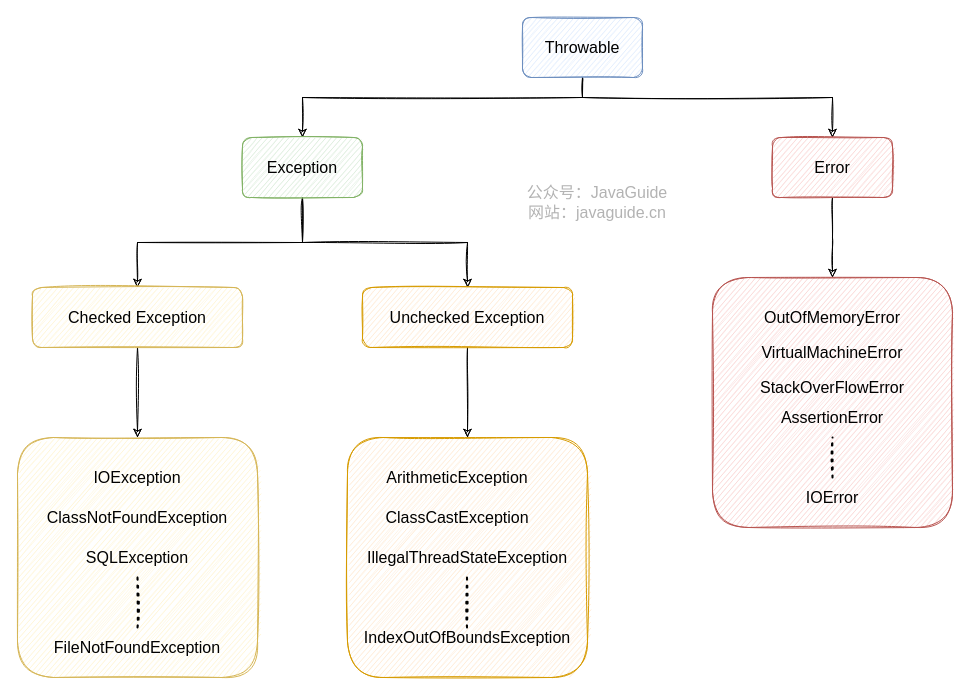
Earlier version of the draw.io diagram docs/java/basis/images/types-of-exceptions-in-java.drawio (Snailclimb/JavaGuide). Source tidied: cells renumbered, new cells numbered last; positions are measured from the earlier drawing's top-left corner, leaving out a move shared by most shapes. Both pictures are drawn from the tidied source at 100%, with x=0, y=0 at pixel (17, 17).
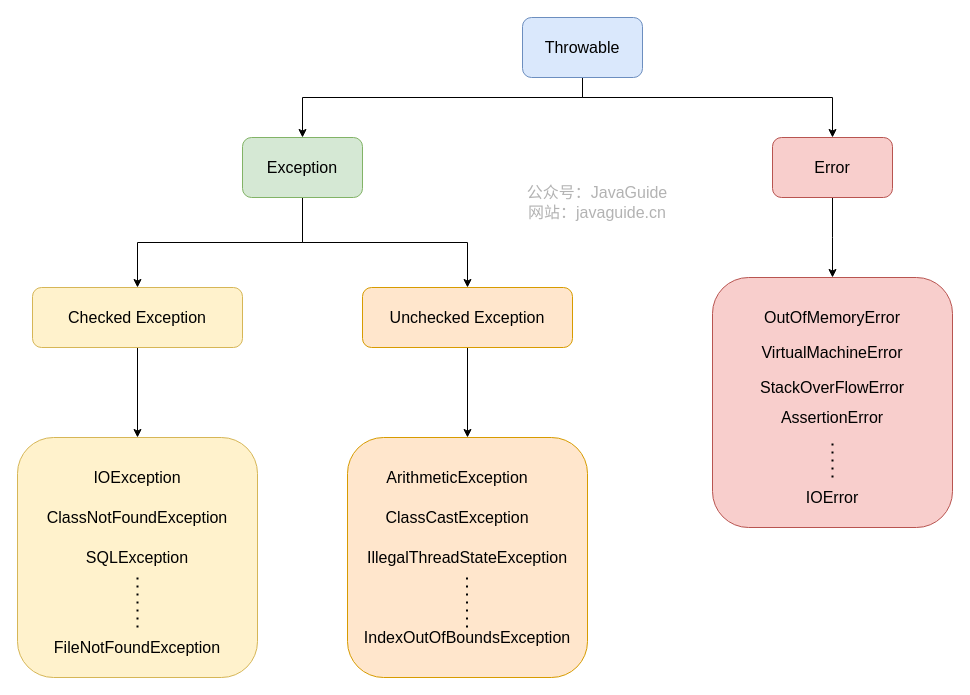
After the change.

The edit, as a diff of the source:
```diff
@@
-    <mxCell id="2" style="edgeStyle=orthogonalEdgeStyle;rounded=0;jettySize=auto;html=1;entryX=0.5;entryY=0;entryDx=0;entryDy=0;fontSize=16;shadow=0;sketch=1;" parent="1" edge="1" source="4" target="7">
+    <mxCell id="2" style="edgeStyle=orthogonalEdgeStyle;rounded=0;jettySize=auto;html=1;entryX=0.5;entryY=0;entryDx=0;entryDy=0;fontSize=16;shadow=0;sketch=0;" parent="1" edge="1" source="4" target="7">
       <mxGeometry relative="1" as="geometry">
         <Array as="points">
           <mxPoint x="565" y="80" />
           <mxPoint x="285" y="80" />
         </Array>
       </mxGeometry>
     </mxCell>
-    <mxCell id="3" style="edgeStyle=orthogonalEdgeStyle;rounded=0;jettySize=auto;html=1;fontSize=16;entryX=0.5;entryY=0;entryDx=0;entryDy=0;shadow=0;sketch=1;" parent="1" edge="1" source="4" target="9">
+    <mxCell id="3" style="edgeStyle=orthogonalEdgeStyle;rounded=0;jettySize=auto;html=1;fontSize=16;entryX=0.5;entryY=0;entryDx=0;entryDy=0;shadow=0;sketch=0;" parent="1" edge="1" source="4" target="9">
       <mxGeometry relative="1" as="geometry">
         <Array as="points">
           <mxPoint x="565" y="80" />
           <mxPoint x="815" y="80" />
         </Array>
       </mxGeometry>
     </mxCell>
-    <mxCell id="4" value="Throwable" style="rounded=1;whiteSpace=wrap;html=1;fontSize=16;fillColor=#dae8fc;strokeColor=#6c8ebf;shadow=0;sketch=1;" parent="1" vertex="1">
+    <mxCell id="4" value="Throwable" style="rounded=1;whiteSpace=wrap;html=1;fontSize=16;fillColor=#dae8fc;strokeColor=#6c8ebf;shadow=0;sketch=0;" parent="1" vertex="1">
       <mxGeometry x="505" width="120" height="60" as="geometry" />
     </mxCell>
-    <mxCell id="5" style="edgeStyle=orthogonalEdgeStyle;rounded=0;jettySize=auto;html=1;fontSize=16;shadow=0;sketch=1;" parent="1" edge="1" source="7" target="18">
+    <mxCell id="5" style="edgeStyle=orthogonalEdgeStyle;rounded=0;jettySize=auto;html=1;fontSize=16;shadow=0;sketch=0;" parent="1" edge="1" source="7" target="18">
       <mxGeometry relative="1" as="geometry" />
     </mxCell>
-    <mxCell id="6" style="edgeStyle=orthogonalEdgeStyle;rounded=0;jettySize=auto;html=1;exitX=0.5;exitY=1;exitDx=0;exitDy=0;fontSize=16;shadow=0;sketch=1;" parent="1" edge="1" source="7" target="20">
+    <mxCell id="6" style="edgeStyle=orthogonalEdgeStyle;rounded=0;jettySize=auto;html=1;exitX=0.5;exitY=1;exitDx=0;exitDy=0;fontSize=16;shadow=0;sketch=0;" parent="1" edge="1" source="7" target="20">
       <mxGeometry relative="1" as="geometry" />
     </mxCell>
-    <mxCell id="7" value="Exception" style="rounded=1;whiteSpace=wrap;html=1;fontSize=16;fillColor=#d5e8d4;strokeColor=#82b366;shadow=0;sketch=1;" parent="1" vertex="1">
+    <mxCell id="7" value="Exception" style="rounded=1;whiteSpace=wrap;html=1;fontSize=16;fillColor=#d5e8d4;strokeColor=#82b366;shadow=0;sketch=0;" parent="1" vertex="1">
       <mxGeometry x="225" y="120" width="120" height="60" as="geometry" />
     </mxCell>
-    <mxCell id="8" style="edgeStyle=orthogonalEdgeStyle;rounded=0;jettySize=auto;html=1;fontSize=16;shadow=0;sketch=1;" parent="1" edge="1" source="9">
+    <mxCell id="8" style="edgeStyle=orthogonalEdgeStyle;rounded=0;jettySize=auto;html=1;fontSize=16;shadow=0;sketch=0;" parent="1" edge="1" source="9">
       <mxGeometry relative="1" as="geometry">
         <mxPoint x="815" y="260" as="targetPoint" />
       </mxGeometry>
     </mxCell>
-    <mxCell id="9" value="Error" style="rounded=1;whiteSpace=wrap;html=1;fontSize=16;fillColor=#f8cecc;strokeColor=#b85450;shadow=0;sketch=1;" parent="1" vertex="1">
+    <mxCell id="9" value="Error" style="rounded=1;whiteSpace=wrap;html=1;fontSize=16;fillColor=#f8cecc;strokeColor=#b85450;shadow=0;sketch=0;" parent="1" vertex="1">
       <mxGeometry x="755" y="120" width="120" height="60" as="geometry" />
     </mxCell>
-    <mxCell id="10" style="rounded=1;whiteSpace=wrap;html=1;fontSize=16;fillColor=#f8cecc;strokeColor=#b85450;shadow=0;sketch=1;" parent="1" vertex="1">
+    <mxCell id="10" style="rounded=1;whiteSpace=wrap;html=1;fontSize=16;fillColor=#f8cecc;strokeColor=#b85450;shadow=0;sketch=0;" parent="1" vertex="1">
       <mxGeometry x="695" y="260" width="240" height="250" as="geometry" />
     </mxCell>
-    <mxCell id="11" value="OutOfMemoryError" style="text;html=1;strokeColor=none;fillColor=none;align=center;verticalAlign=middle;whiteSpace=wrap;rounded=0;fontSize=16;shadow=0;sketch=1;" parent="1" vertex="1">
+    <mxCell id="11" value="OutOfMemoryError" style="text;html=1;strokeColor=none;fillColor=none;align=center;verticalAlign=middle;whiteSpace=wrap;rounded=0;fontSize=16;shadow=0;sketch=0;" parent="1" vertex="1">
       <mxGeometry x="720" y="290" width="190" height="20" as="geometry" />
     </mxCell>
-    <mxCell id="12" value="VirtualMachineError" style="text;html=1;strokeColor=none;fillColor=none;align=center;verticalAlign=middle;whiteSpace=wrap;rounded=0;fontSize=16;shadow=0;sketch=1;" parent="1" vertex="1">
+    <mxCell id="12" value="VirtualMachineError" style="text;html=1;strokeColor=none;fillColor=none;align=center;verticalAlign=middle;whiteSpace=wrap;rounded=0;fontSize=16;shadow=0;sketch=0;" parent="1" vertex="1">
       <mxGeometry x="720" y="325" width="190" height="20" as="geometry" />
     </mxCell>
-    <mxCell id="13" value="StackOverFlowError" style="text;html=1;strokeColor=none;fillColor=none;align=center;verticalAlign=middle;whiteSpace=wrap;rounded=0;fontSize=16;shadow=0;sketch=1;" parent="1" vertex="1">
+    <mxCell id="13" value="StackOverFlowError" style="text;html=1;strokeColor=none;fillColor=none;align=center;verticalAlign=middle;whiteSpace=wrap;rounded=0;fontSize=16;shadow=0;sketch=0;" parent="1" vertex="1">
       <mxGeometry x="720" y="360" width="190" height="20" as="geometry" />
     </mxCell>
-    <mxCell id="14" value="IOError" style="text;html=1;strokeColor=none;fillColor=none;align=center;verticalAlign=middle;whiteSpace=wrap;rounded=0;fontSize=16;shadow=0;sketch=1;" parent="1" vertex="1">
+    <mxCell id="14" value="IOError" style="text;html=1;strokeColor=none;fillColor=none;align=center;verticalAlign=middle;whiteSpace=wrap;rounded=0;fontSize=16;shadow=0;sketch=0;" parent="1" vertex="1">
       <mxGeometry x="720" y="470" width="190" height="20" as="geometry" />
     </mxCell>
-    <mxCell id="15" style="endArrow=none;dashed=1;html=1;dashPattern=1 3;strokeWidth=2;fontSize=16;shadow=0;sketch=1;" parent="1" edge="1">
+    <mxCell id="15" style="endArrow=none;dashed=1;html=1;dashPattern=1 3;strokeWidth=2;fontSize=16;shadow=0;sketch=0;" parent="1" edge="1">
       <mxGeometry relative="1" as="geometry">
         <mxPoint x="815" y="460" as="sourcePoint" />
         <mxPoint x="815" y="420" as="targetPoint" />
       </mxGeometry>
     </mxCell>
-    <mxCell id="16" value="AssertionError" style="text;html=1;strokeColor=none;fillColor=none;align=center;verticalAlign=middle;whiteSpace=wrap;rounded=0;fontSize=16;shadow=0;sketch=1;" parent="1" vertex="1">
+    <mxCell id="16" value="AssertionError" style="text;html=1;strokeColor=none;fillColor=none;align=center;verticalAlign=middle;whiteSpace=wrap;rounded=0;fontSize=16;shadow=0;sketch=0;" parent="1" vertex="1">
       <mxGeometry x="720" y="390" width="190" height="20" as="geometry" />
     </mxCell>
-    <mxCell id="17" style="edgeStyle=orthogonalEdgeStyle;rounded=0;jettySize=auto;html=1;entryX=0.5;entryY=0;entryDx=0;entryDy=0;fontSize=16;shadow=0;sketch=1;" parent="1" edge="1" source="18" target="21">
+    <mxCell id="17" style="edgeStyle=orthogonalEdgeStyle;rounded=0;jettySize=auto;html=1;entryX=0.5;entryY=0;entryDx=0;entryDy=0;fontSize=16;shadow=0;sketch=0;" parent="1" edge="1" source="18" target="21">
       <mxGeometry relative="1" as="geometry" />
     </mxCell>
-    <mxCell id="18" value="Checked Exception" style="rounded=1;whiteSpace=wrap;html=1;fontSize=16;fillColor=#fff2cc;strokeColor=#d6b656;shadow=0;sketch=1;" parent="1" vertex="1">
+    <mxCell id="18" value="Checked Exception" style="rounded=1;whiteSpace=wrap;html=1;fontSize=16;fillColor=#fff2cc;strokeColor=#d6b656;shadow=0;sketch=0;" parent="1" vertex="1">
       <mxGeometry x="15" y="270" width="210" height="60" as="geometry" />
     </mxCell>
-    <mxCell id="19" style="edgeStyle=orthogonalEdgeStyle;rounded=0;jettySize=auto;html=1;entryX=0.5;entryY=0;entryDx=0;entryDy=0;fontSize=16;shadow=0;sketch=1;" parent="1" edge="1" source="20" target="22">
+    <mxCell id="19" style="edgeStyle=orthogonalEdgeStyle;rounded=0;jettySize=auto;html=1;entryX=0.5;entryY=0;entryDx=0;entryDy=0;fontSize=16;shadow=0;sketch=0;" parent="1" edge="1" source="20" target="22">
       <mxGeometry relative="1" as="geometry" />
     </mxCell>
-    <mxCell id="20" value="Unchecked Exception" style="rounded=1;whiteSpace=wrap;html=1;fontSize=16;fillColor=#ffe6cc;strokeColor=#d79b00;shadow=0;sketch=1;" parent="1" vertex="1">
+    <mxCell id="20" value="Unchecked Exception" style="rounded=1;whiteSpace=wrap;html=1;fontSize=16;fillColor=#ffe6cc;strokeColor=#d79b00;shadow=0;sketch=0;" parent="1" vertex="1">
       <mxGeometry x="345" y="270" width="210" height="60" as="geometry" />
     </mxCell>
-    <mxCell id="21" style="rounded=1;whiteSpace=wrap;html=1;fontSize=16;fillColor=#fff2cc;strokeColor=#d6b656;shadow=0;sketch=1;" parent="1" vertex="1">
+    <mxCell id="21" style="rounded=1;whiteSpace=wrap;html=1;fontSize=16;fillColor=#fff2cc;strokeColor=#d6b656;shadow=0;sketch=0;" parent="1" vertex="1">
       <mxGeometry y="420" width="240" height="240" as="geometry" />
     </mxCell>
-    <mxCell id="22" style="rounded=1;whiteSpace=wrap;html=1;fontSize=16;fillColor=#ffe6cc;strokeColor=#d79b00;shadow=0;sketch=1;" parent="1" vertex="1">
+    <mxCell id="22" style="rounded=1;whiteSpace=wrap;html=1;fontSize=16;fillColor=#ffe6cc;strokeColor=#d79b00;shadow=0;sketch=0;" parent="1" vertex="1">
       <mxGeometry x="330" y="420" width="240" height="240" as="geometry" />
     </mxCell>
-    <mxCell id="23" value="IOException" style="text;html=1;strokeColor=none;fillColor=none;align=center;verticalAlign=middle;whiteSpace=wrap;rounded=0;fontSize=16;shadow=0;sketch=1;" parent="1" vertex="1">
+    <mxCell id="23" value="IOException" style="text;html=1;strokeColor=none;fillColor=none;align=center;verticalAlign=middle;whiteSpace=wrap;rounded=0;fontSize=16;shadow=0;sketch=0;" parent="1" vertex="1">
       <mxGeometry x="25" y="450" width="190" height="20" as="geometry" />
     </mxCell>
-    <mxCell id="24" value="ClassNotFoundException" style="text;html=1;strokeColor=none;fillColor=none;align=center;verticalAlign=middle;whiteSpace=wrap;rounded=0;fontSize=16;shadow=0;sketch=1;" parent="1" vertex="1">
+    <mxCell id="24" value="ClassNotFoundException" style="text;html=1;strokeColor=none;fillColor=none;align=center;verticalAlign=middle;whiteSpace=wrap;rounded=0;fontSize=16;shadow=0;sketch=0;" parent="1" vertex="1">
       <mxGeometry x="25" y="490" width="190" height="20" as="geometry" />
     </mxCell>
-    <mxCell id="25" value="SQLException" style="text;html=1;strokeColor=none;fillColor=none;align=center;verticalAlign=middle;whiteSpace=wrap;rounded=0;fontSize=16;shadow=0;sketch=1;" parent="1" vertex="1">
+    <mxCell id="25" value="SQLException" style="text;html=1;strokeColor=none;fillColor=none;align=center;verticalAlign=middle;whiteSpace=wrap;rounded=0;fontSize=16;shadow=0;sketch=0;" parent="1" vertex="1">
       <mxGeometry x="25" y="530" width="190" height="20" as="geometry" />
     </mxCell>
-    <mxCell id="26" value="FileNotFoundException" style="text;html=1;strokeColor=none;fillColor=none;align=center;verticalAlign=middle;whiteSpace=wrap;rounded=0;fontSize=16;shadow=0;sketch=1;" parent="1" vertex="1">
+    <mxCell id="26" value="FileNotFoundException" style="text;html=1;strokeColor=none;fillColor=none;align=center;verticalAlign=middle;whiteSpace=wrap;rounded=0;fontSize=16;shadow=0;sketch=0;" parent="1" vertex="1">
       <mxGeometry x="25" y="620" width="190" height="20" as="geometry" />
     </mxCell>
-    <mxCell id="27" style="endArrow=none;dashed=1;html=1;dashPattern=1 3;strokeWidth=2;fontSize=16;shadow=0;sketch=1;" parent="1" edge="1">
+    <mxCell id="27" style="endArrow=none;dashed=1;html=1;dashPattern=1 3;strokeWidth=2;fontSize=16;shadow=0;sketch=0;" parent="1" edge="1">
       <mxGeometry relative="1" as="geometry">
         <mxPoint x="120" y="610" as="sourcePoint" />
         <mxPoint x="120" y="560" as="targetPoint" />
       </mxGeometry>
     </mxCell>
-    <mxCell id="28" value="ArithmeticException" style="text;html=1;strokeColor=none;fillColor=none;align=center;verticalAlign=middle;whiteSpace=wrap;rounded=0;fontSize=16;shadow=0;sketch=1;" parent="1" vertex="1">
+    <mxCell id="28" value="ArithmeticException" style="text;html=1;strokeColor=none;fillColor=none;align=center;verticalAlign=middle;whiteSpace=wrap;rounded=0;fontSize=16;shadow=0;sketch=0;" parent="1" vertex="1">
       <mxGeometry x="345" y="450" width="190" height="20" as="geometry" />
     </mxCell>
-    <mxCell id="29" value="ClassCastException" style="text;html=1;strokeColor=none;fillColor=none;align=center;verticalAlign=middle;whiteSpace=wrap;rounded=0;fontSize=16;shadow=0;sketch=1;" parent="1" vertex="1">
+    <mxCell id="29" value="ClassCastException" style="text;html=1;strokeColor=none;fillColor=none;align=center;verticalAlign=middle;whiteSpace=wrap;rounded=0;fontSize=16;shadow=0;sketch=0;" parent="1" vertex="1">
       <mxGeometry x="345" y="490" width="190" height="20" as="geometry" />
     </mxCell>
-    <mxCell id="30" value="IllegalThreadStateException" style="text;html=1;strokeColor=none;fillColor=none;align=center;verticalAlign=middle;whiteSpace=wrap;rounded=0;fontSize=16;shadow=0;sketch=1;" parent="1" vertex="1">
+    <mxCell id="30" value="IllegalThreadStateException" style="text;html=1;strokeColor=none;fillColor=none;align=center;verticalAlign=middle;whiteSpace=wrap;rounded=0;fontSize=16;shadow=0;sketch=0;" parent="1" vertex="1">
       <mxGeometry x="355" y="530" width="190" height="20" as="geometry" />
     </mxCell>
-    <mxCell id="31" value="IndexOutOfBoundsException" style="text;html=1;strokeColor=none;fillColor=none;align=center;verticalAlign=middle;whiteSpace=wrap;rounded=0;fontSize=16;shadow=0;sketch=1;" parent="1" vertex="1">
+    <mxCell id="31" value="IndexOutOfBoundsException" style="text;html=1;strokeColor=none;fillColor=none;align=center;verticalAlign=middle;whiteSpace=wrap;rounded=0;fontSize=16;shadow=0;sketch=0;" parent="1" vertex="1">
       <mxGeometry x="355" y="610" width="190" height="20" as="geometry" />
     </mxCell>
-    <mxCell id="32" style="endArrow=none;dashed=1;html=1;dashPattern=1 3;strokeWidth=2;fontSize=16;shadow=0;sketch=1;" parent="1" edge="1">
+    <mxCell id="32" style="endArrow=none;dashed=1;html=1;dashPattern=1 3;strokeWidth=2;fontSize=16;shadow=0;sketch=0;" parent="1" edge="1">
       <mxGeometry relative="1" as="geometry">
         <mxPoint x="449.5" y="610" as="sourcePoint" />
         <mxPoint x="449.5" y="560" as="targetPoint" />
       </mxGeometry>
     </mxCell>
-    <mxCell id="33" value="公众号：JavaGuide&lt;br style=&quot;font-size: 16px;&quot;&gt;网站：javaguide.cn" style="text;html=1;strokeColor=none;fillColor=none;align=center;verticalAlign=middle;whiteSpace=wrap;rounded=0;labelBackgroundColor=none;fontSize=16;fontColor=#B3B3B3;rotation=0;sketch=1;shadow=0;" parent="1" vertex="1">
+    <mxCell id="33" value="公众号：JavaGuide&lt;br style=&quot;font-size: 16px;&quot;&gt;网站：javaguide.cn" style="text;html=1;strokeColor=none;fillColor=none;align=center;verticalAlign=middle;whiteSpace=wrap;rounded=0;labelBackgroundColor=none;fontSize=16;fontColor=#B3B3B3;rotation=0;sketch=0;shadow=0;" parent="1" vertex="1">
       <mxGeometry x="495" y="180" width="170" height="10" as="geometry" />
     </mxCell>
```
